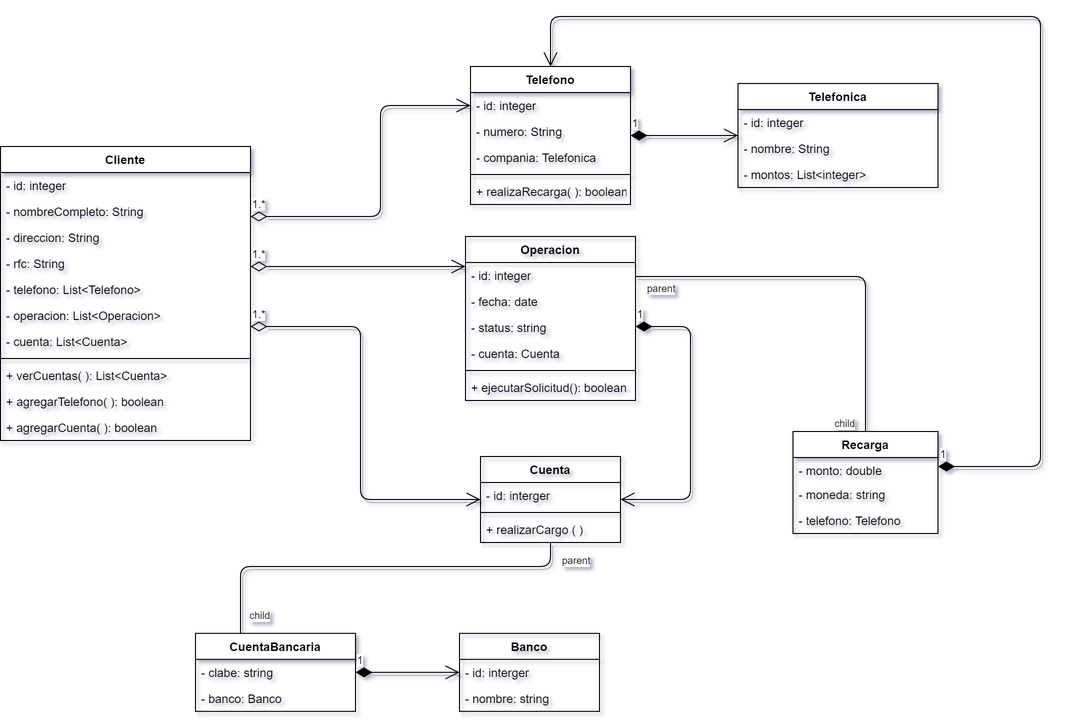
agustincperalta/APIWalletRecargas keeps this draw.io diagram as diagrama.png. Above is the earlier version. Source tidied: cells renumbered, new cells last; positions are measured from the earlier drawing's top-left corner, leaving out a move shared by most shapes.
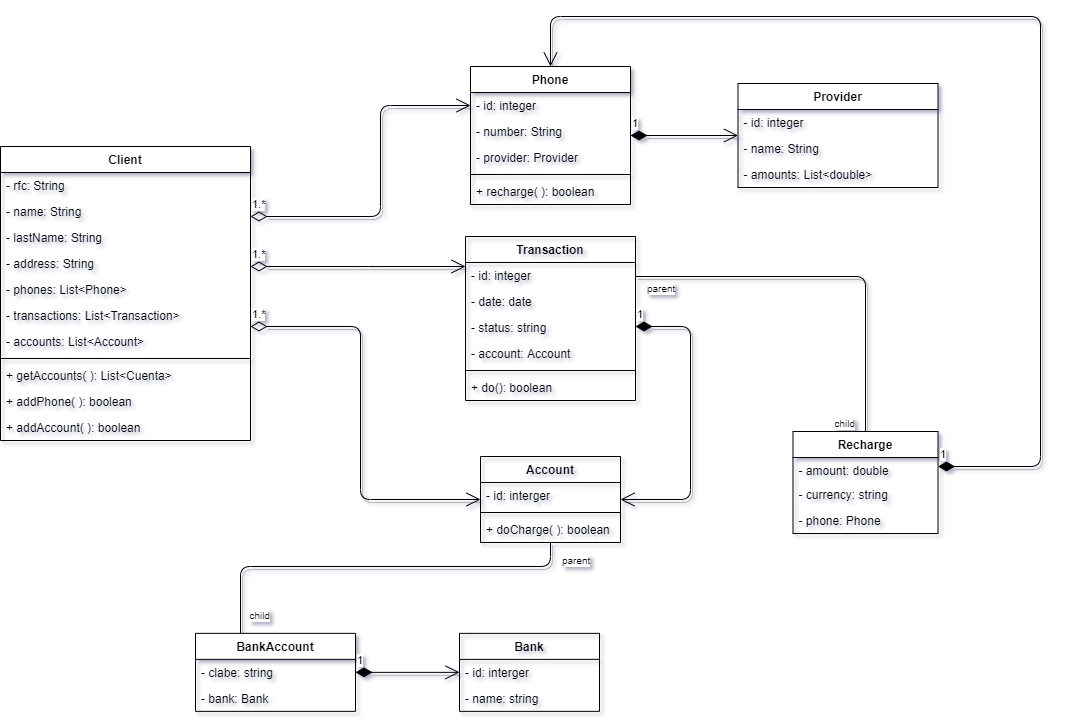
Later version of the same file.

Diff of the diagram source:
```diff
@@ -2,58 +2,58 @@
   <root>
     <mxCell id="0" />
     <mxCell id="1" parent="0" />
-    <mxCell id="2" value="Telefono" style="swimlane;fontStyle=1;align=center;verticalAlign=top;horizontal=1;startSize=26;" parent="1" vertex="1">
+    <mxCell id="2" value="Phone" style="swimlane;fontStyle=1;align=center;verticalAlign=top;horizontal=1;startSize=26;" parent="1" vertex="1">
       <mxGeometry x="470" y="50" width="160" height="138" as="geometry" />
     </mxCell>
     <mxCell id="3" value="- id: integer" style="text;strokeColor=none;fillColor=none;align=left;verticalAlign=top;spacingLeft=4;spacingRight=4;overflow=hidden;" parent="2" vertex="1">
       <mxGeometry y="26" width="160" height="26" as="geometry" />
     </mxCell>
-    <mxCell id="4" value="- numero: String" style="text;strokeColor=none;fillColor=none;align=left;verticalAlign=top;spacingLeft=4;spacingRight=4;overflow=hidden;" parent="2" vertex="1">
+    <mxCell id="4" value="- number: String" style="text;strokeColor=none;fillColor=none;align=left;verticalAlign=top;spacingLeft=4;spacingRight=4;overflow=hidden;" parent="2" vertex="1">
       <mxGeometry y="52" width="160" height="26" as="geometry" />
     </mxCell>
-    <mxCell id="5" value="- compania: Telefonica" style="text;strokeColor=none;fillColor=none;align=left;verticalAlign=top;spacingLeft=4;spacingRight=4;overflow=hidden;shadow=1;" parent="2" vertex="1">
+    <mxCell id="5" value="- provider: Provider" style="text;strokeColor=none;fillColor=none;align=left;verticalAlign=top;spacingLeft=4;spacingRight=4;overflow=hidden;shadow=1;" parent="2" vertex="1">
       <mxGeometry y="78" width="160" height="26" as="geometry" />
     </mxCell>
     <mxCell id="6" style="line;strokeWidth=1;fillColor=none;align=left;verticalAlign=middle;spacingTop=-1;spacingLeft=3;spacingRight=3;labelPosition=right;" parent="2" vertex="1">
       <mxGeometry y="104" width="160" height="8" as="geometry" />
     </mxCell>
-    <mxCell id="7" value="+ realizaRecarga( ): boolean" style="text;strokeColor=none;fillColor=none;align=left;verticalAlign=top;spacingLeft=4;spacingRight=4;overflow=hidden;" parent="2" vertex="1">
+    <mxCell id="7" value="+ recharge( ): boolean" style="text;strokeColor=none;fillColor=none;align=left;verticalAlign=top;spacingLeft=4;spacingRight=4;overflow=hidden;" parent="2" vertex="1">
       <mxGeometry y="112" width="160" height="26" as="geometry" />
     </mxCell>
-    <mxCell id="8" value="Cliente" style="swimlane;fontStyle=1;align=center;verticalAlign=top;horizontal=1;startSize=26;" parent="1" vertex="1">
+    <mxCell id="8" value="Client" style="swimlane;fontStyle=1;align=center;verticalAlign=top;horizontal=1;startSize=26;" parent="1" vertex="1">
       <mxGeometry y="130" width="250" height="294" as="geometry" />
     </mxCell>
-    <mxCell id="9" value="- id: integer" style="text;strokeColor=none;fillColor=none;align=left;verticalAlign=top;spacingLeft=4;spacingRight=4;overflow=hidden;" parent="8" vertex="1">
-      <mxGeometry y="26" width="250" height="26" as="geometry" />
-    </mxCell>
+    <mxCell id="12" value="- rfc: String" style="text;strokeColor=none;fillColor=none;align=left;verticalAlign=top;spacingLeft=4;spacingRight=4;overflow=hidden;" parent="8" vertex="1">
+      <mxGeometry y="26" width="250" height="26" as="geometry" />
+    </mxCell>
-    <mxCell id="10" value="- nombreCompleto: String" style="text;strokeColor=none;fillColor=none;align=left;verticalAlign=top;spacingLeft=4;spacingRight=4;overflow=hidden;" parent="8" vertex="1">
+    <mxCell id="10" value="- name: String" style="text;strokeColor=none;fillColor=none;align=left;verticalAlign=top;spacingLeft=4;spacingRight=4;overflow=hidden;" parent="8" vertex="1">
       <mxGeometry y="52" width="250" height="26" as="geometry" />
     </mxCell>
+    <mxCell id="58" value="- lastName: String" style="text;strokeColor=none;fillColor=none;align=left;verticalAlign=top;spacingLeft=4;spacingRight=4;overflow=hidden;" parent="8" vertex="1">
+      <mxGeometry y="78" width="250" height="26" as="geometry" />
+    </mxCell>
-    <mxCell id="11" value="- direccion: String" style="text;strokeColor=none;fillColor=none;align=left;verticalAlign=top;spacingLeft=4;spacingRight=4;overflow=hidden;" parent="8" vertex="1">
-      <mxGeometry y="78" width="250" height="26" as="geometry" />
+    <mxCell id="11" value="- address: String" style="text;strokeColor=none;fillColor=none;align=left;verticalAlign=top;spacingLeft=4;spacingRight=4;overflow=hidden;" parent="8" vertex="1">
+      <mxGeometry y="104" width="250" height="26" as="geometry" />
     </mxCell>
-    <mxCell id="12" value="- rfc: String" style="text;strokeColor=none;fillColor=none;align=left;verticalAlign=top;spacingLeft=4;spacingRight=4;overflow=hidden;" parent="8" vertex="1">
-      <mxGeometry y="104" width="250" height="26" as="geometry" />
-    </mxCell>
-    <mxCell id="13" value="- telefono: List&lt;Telefono&gt;" style="text;strokeColor=none;fillColor=none;align=left;verticalAlign=top;spacingLeft=4;spacingRight=4;overflow=hidden;" parent="8" vertex="1">
+    <mxCell id="13" value="- phones: List&lt;Phone&gt;" style="text;strokeColor=none;fillColor=none;align=left;verticalAlign=top;spacingLeft=4;spacingRight=4;overflow=hidden;" parent="8" vertex="1">
       <mxGeometry y="130" width="250" height="26" as="geometry" />
     </mxCell>
-    <mxCell id="14" value="- operacion: List&lt;Operacion&gt;" style="text;strokeColor=none;fillColor=none;align=left;verticalAlign=top;spacingLeft=4;spacingRight=4;overflow=hidden;" parent="8" vertex="1">
+    <mxCell id="14" value="- transactions: List&lt;Transaction&gt;" style="text;strokeColor=none;fillColor=none;align=left;verticalAlign=top;spacingLeft=4;spacingRight=4;overflow=hidden;" parent="8" vertex="1">
       <mxGeometry y="156" width="250" height="26" as="geometry" />
     </mxCell>
-    <mxCell id="15" value="- cuenta: List&lt;Cuenta&gt;" style="text;strokeColor=none;fillColor=none;align=left;verticalAlign=top;spacingLeft=4;spacingRight=4;overflow=hidden;" parent="8" vertex="1">
+    <mxCell id="15" value="- accounts: List&lt;Account&gt;" style="text;strokeColor=none;fillColor=none;align=left;verticalAlign=top;spacingLeft=4;spacingRight=4;overflow=hidden;" parent="8" vertex="1">
       <mxGeometry y="182" width="250" height="26" as="geometry" />
     </mxCell>
     <mxCell id="16" style="line;strokeWidth=1;fillColor=none;align=left;verticalAlign=middle;spacingTop=-1;spacingLeft=3;spacingRight=3;labelPosition=right;" parent="8" vertex="1">
       <mxGeometry y="208" width="250" height="8" as="geometry" />
     </mxCell>
-    <mxCell id="17" value="+ verCuentas( ): List&lt;Cuenta&gt;" style="text;strokeColor=none;fillColor=none;align=left;verticalAlign=top;spacingLeft=4;spacingRight=4;overflow=hidden;" parent="8" vertex="1">
+    <mxCell id="17" value="+ getAccounts( ): List&lt;Cuenta&gt;" style="text;strokeColor=none;fillColor=none;align=left;verticalAlign=top;spacingLeft=4;spacingRight=4;overflow=hidden;" parent="8" vertex="1">
       <mxGeometry y="216" width="250" height="26" as="geometry" />
     </mxCell>
-    <mxCell id="18" value="+ agregarTelefono( ): boolean" style="text;strokeColor=none;fillColor=none;align=left;verticalAlign=top;spacingLeft=4;spacingRight=4;overflow=hidden;" parent="8" vertex="1">
+    <mxCell id="18" value="+ addPhone( ): boolean" style="text;strokeColor=none;fillColor=none;align=left;verticalAlign=top;spacingLeft=4;spacingRight=4;overflow=hidden;" parent="8" vertex="1">
       <mxGeometry y="242" width="250" height="26" as="geometry" />
     </mxCell>
-    <mxCell id="19" value="+ agregarCuenta( ): boolean" style="text;strokeColor=none;fillColor=none;align=left;verticalAlign=top;spacingLeft=4;spacingRight=4;overflow=hidden;" parent="8" vertex="1">
+    <mxCell id="19" value="+ addAccount( ): boolean" style="text;strokeColor=none;fillColor=none;align=left;verticalAlign=top;spacingLeft=4;spacingRight=4;overflow=hidden;" parent="8" vertex="1">
       <mxGeometry y="268" width="250" height="26" as="geometry" />
     </mxCell>
     <mxCell id="20" value="1.*" style="endArrow=open;html=1;endSize=12;startArrow=diamondThin;startSize=14;startFill=0;edgeStyle=orthogonalEdgeStyle;align=left;verticalAlign=bottom;shadow=1;" parent="1" edge="1" source="8" target="2">
@@ -122,25 +122,25 @@
         </Array>
       </mxGeometry>
     </mxCell>
-    <mxCell id="31" value="Operacion" style="swimlane;fontStyle=1;horizontal=1;startSize=26;fillColor=none;" parent="1" vertex="1">
+    <mxCell id="31" value="Transaction" style="swimlane;fontStyle=1;horizontal=1;startSize=26;fillColor=none;" parent="1" vertex="1">
       <mxGeometry x="465" y="220" width="170" height="164" as="geometry" />
     </mxCell>
     <mxCell id="32" value="- id: integer" style="text;strokeColor=none;fillColor=none;align=left;verticalAlign=top;spacingLeft=4;spacingRight=4;overflow=hidden;" parent="31" vertex="1">
       <mxGeometry y="26" width="170" height="26" as="geometry" />
     </mxCell>
-    <mxCell id="33" value="- fecha: date" style="text;strokeColor=none;fillColor=none;align=left;verticalAlign=top;spacingLeft=4;spacingRight=4;overflow=hidden;" parent="31" vertex="1">
+    <mxCell id="33" value="- date: date" style="text;strokeColor=none;fillColor=none;align=left;verticalAlign=top;spacingLeft=4;spacingRight=4;overflow=hidden;" parent="31" vertex="1">
       <mxGeometry y="52" width="170" height="26" as="geometry" />
     </mxCell>
     <mxCell id="34" value="- status: string" style="text;strokeColor=none;fillColor=none;align=left;verticalAlign=top;spacingLeft=4;spacingRight=4;overflow=hidden;" parent="31" vertex="1">
       <mxGeometry y="78" width="170" height="26" as="geometry" />
     </mxCell>
-    <mxCell id="35" value="- cuenta: Cuenta" style="text;strokeColor=none;fillColor=none;align=left;verticalAlign=top;spacingLeft=4;spacingRight=4;overflow=hidden;shadow=1;" parent="31" vertex="1">
+    <mxCell id="35" value="- account: Account" style="text;strokeColor=none;fillColor=none;align=left;verticalAlign=top;spacingLeft=4;spacingRight=4;overflow=hidden;shadow=1;" parent="31" vertex="1">
       <mxGeometry y="104" width="170" height="26" as="geometry" />
     </mxCell>
     <mxCell id="36" style="line;strokeWidth=1;fillColor=none;align=left;verticalAlign=middle;spacingTop=-1;spacingLeft=3;spacingRight=3;labelPosition=right;" parent="31" vertex="1">
       <mxGeometry y="130" width="170" height="8" as="geometry" />
     </mxCell>
-    <mxCell id="37" value="+ ejecutarSolicitud(): boolean" style="text;strokeColor=none;fillColor=none;align=left;verticalAlign=top;spacingLeft=4;spacingRight=4;overflow=hidden;" parent="31" vertex="1">
+    <mxCell id="37" value="+ do(): boolean" style="text;strokeColor=none;fillColor=none;align=left;verticalAlign=top;spacingLeft=4;spacingRight=4;overflow=hidden;" parent="31" vertex="1">
       <mxGeometry y="138" width="170" height="26" as="geometry" />
     </mxCell>
     <mxCell id="38" value="1.*" style="endArrow=open;html=1;endSize=12;startArrow=diamondThin;startSize=14;startFill=0;edgeStyle=orthogonalEdgeStyle;align=left;verticalAlign=bottom;shadow=1;" parent="1" edge="1" source="8" target="31">
@@ -151,19 +151,19 @@
         </Array>
       </mxGeometry>
     </mxCell>
-    <mxCell id="39" value="Recarga" style="swimlane;fontStyle=1;align=center;verticalAlign=top;horizontal=1;startSize=26;" parent="1" vertex="1">
+    <mxCell id="39" value="Recharge" style="swimlane;fontStyle=1;align=center;verticalAlign=top;horizontal=1;startSize=26;" parent="1" vertex="1">
       <mxGeometry x="792.5" y="415" width="145" height="102" as="geometry" />
     </mxCell>
-    <mxCell id="40" value="- monto: double" style="text;strokeColor=none;fillColor=none;align=left;verticalAlign=top;spacingLeft=4;spacingRight=4;overflow=hidden;" parent="39" vertex="1">
+    <mxCell id="40" value="- amount: double" style="text;strokeColor=none;fillColor=none;align=left;verticalAlign=top;spacingLeft=4;spacingRight=4;overflow=hidden;" parent="39" vertex="1">
       <mxGeometry y="26" width="145" height="24" as="geometry" />
     </mxCell>
-    <mxCell id="41" value="- moneda: string" style="text;strokeColor=none;fillColor=none;align=left;verticalAlign=top;spacingLeft=4;spacingRight=4;overflow=hidden;" parent="39" vertex="1">
+    <mxCell id="41" value="- currency: string" style="text;strokeColor=none;fillColor=none;align=left;verticalAlign=top;spacingLeft=4;spacingRight=4;overflow=hidden;" parent="39" vertex="1">
       <mxGeometry y="50" width="145" height="26" as="geometry" />
     </mxCell>
-    <mxCell id="42" value="- telefono: Telefono" style="text;strokeColor=none;fillColor=none;align=left;verticalAlign=top;spacingLeft=4;spacingRight=4;overflow=hidden;shadow=1;" parent="39" vertex="1">
+    <mxCell id="42" value="- phone: Phone" style="text;strokeColor=none;fillColor=none;align=left;verticalAlign=top;spacingLeft=4;spacingRight=4;overflow=hidden;shadow=1;" parent="39" vertex="1">
       <mxGeometry y="76" width="145" height="26" as="geometry" />
     </mxCell>
-    <mxCell id="43" value="Cuenta" style="swimlane;fontStyle=1;horizontal=1;startSize=26;fillColor=none;" parent="1" vertex="1">
+    <mxCell id="43" value="Account" style="swimlane;fontStyle=1;horizontal=1;startSize=26;fillColor=none;" parent="1" vertex="1">
       <mxGeometry x="480" y="440" width="140" height="86" as="geometry" />
     </mxCell>
     <mxCell id="44" value="- id: interger" style="text;strokeColor=none;fillColor=none;align=left;verticalAlign=top;spacingLeft=4;spacingRight=4;overflow=hidden;" parent="43" vertex="1">
@@ -172,7 +172,7 @@
     <mxCell id="45" style="line;strokeWidth=1;fillColor=none;align=left;verticalAlign=middle;spacingTop=-1;spacingLeft=3;spacingRight=3;labelPosition=right;" parent="43" vertex="1">
       <mxGeometry y="52" width="140" height="8" as="geometry" />
     </mxCell>
-    <mxCell id="46" value="+ realizarCargo ( )" style="text;strokeColor=none;fillColor=none;align=left;verticalAlign=top;spacingLeft=4;spacingRight=4;overflow=hidden;" parent="43" vertex="1">
+    <mxCell id="46" value="+ doCharge( ): boolean" style="text;strokeColor=none;fillColor=none;align=left;verticalAlign=top;spacingLeft=4;spacingRight=4;overflow=hidden;" parent="43" vertex="1">
       <mxGeometry y="60" width="140" height="26" as="geometry" />
     </mxCell>
     <mxCell id="47" value="1" style="endArrow=open;html=1;endSize=12;startArrow=diamondThin;startSize=14;startFill=1;edgeStyle=orthogonalEdgeStyle;align=left;verticalAlign=bottom;shadow=1;" parent="1" edge="1" source="31" target="43">
@@ -183,34 +183,34 @@
         </Array>
       </mxGeometry>
     </mxCell>
-    <mxCell id="48" value="CuentaBancaria" style="swimlane;fontStyle=1;align=center;verticalAlign=top;horizontal=1;startSize=26;" parent="1" vertex="1">
+    <mxCell id="48" value="BankAccount" style="swimlane;fontStyle=1;align=center;verticalAlign=top;horizontal=1;startSize=26;" parent="1" vertex="1">
       <mxGeometry x="195" y="616.9" width="160" height="78" as="geometry" />
     </mxCell>
     <mxCell id="49" value="- clabe: string" style="text;strokeColor=none;fillColor=none;align=left;verticalAlign=top;spacingLeft=4;spacingRight=4;overflow=hidden;" parent="48" vertex="1">
       <mxGeometry y="26" width="160" height="26" as="geometry" />
     </mxCell>
-    <mxCell id="50" value="- banco: Banco" style="text;strokeColor=none;fillColor=none;align=left;verticalAlign=top;spacingLeft=4;spacingRight=4;overflow=hidden;shadow=1;" parent="48" vertex="1">
+    <mxCell id="50" value="- bank: Bank" style="text;strokeColor=none;fillColor=none;align=left;verticalAlign=top;spacingLeft=4;spacingRight=4;overflow=hidden;shadow=1;" parent="48" vertex="1">
       <mxGeometry y="52" width="160" height="26" as="geometry" />
     </mxCell>
-    <mxCell id="51" value="Telefonica" style="swimlane;fontStyle=1;align=center;verticalAlign=top;horizontal=1;startSize=26;" parent="1" vertex="1">
+    <mxCell id="51" value="Provider" style="swimlane;fontStyle=1;align=center;verticalAlign=top;horizontal=1;startSize=26;" parent="1" vertex="1">
       <mxGeometry x="737.5" y="67" width="200" height="104" as="geometry" />
     </mxCell>
     <mxCell id="52" value="- id: integer" style="text;strokeColor=none;fillColor=none;align=left;verticalAlign=top;spacingLeft=4;spacingRight=4;overflow=hidden;" parent="51" vertex="1">
       <mxGeometry y="26" width="200" height="26" as="geometry" />
     </mxCell>
-    <mxCell id="53" value="- nombre: String" style="text;strokeColor=none;fillColor=none;align=left;verticalAlign=top;spacingLeft=4;spacingRight=4;overflow=hidden;" parent="51" vertex="1">
+    <mxCell id="53" value="- name: String" style="text;strokeColor=none;fillColor=none;align=left;verticalAlign=top;spacingLeft=4;spacingRight=4;overflow=hidden;" parent="51" vertex="1">
       <mxGeometry y="52" width="200" height="26" as="geometry" />
     </mxCell>
-    <mxCell id="54" value="- montos: List&lt;integer&gt;" style="text;strokeColor=none;fillColor=none;align=left;verticalAlign=top;spacingLeft=4;spacingRight=4;overflow=hidden;shadow=1;" parent="51" vertex="1">
+    <mxCell id="54" value="- amounts: List&lt;double&gt;" style="text;strokeColor=none;fillColor=none;align=left;verticalAlign=top;spacingLeft=4;spacingRight=4;overflow=hidden;shadow=1;" parent="51" vertex="1">
       <mxGeometry y="78" width="200" height="26" as="geometry" />
     </mxCell>
-    <mxCell id="55" value="Banco" style="swimlane;fontStyle=1;horizontal=1;startSize=26;fillColor=none;" parent="1" vertex="1">
+    <mxCell id="55" value="Bank" style="swimlane;fontStyle=1;horizontal=1;startSize=26;fillColor=none;" parent="1" vertex="1">
       <mxGeometry x="459" y="616.9" width="140" height="78" as="geometry" />
     </mxCell>
     <mxCell id="56" value="- id: interger" style="text;strokeColor=none;fillColor=none;align=left;verticalAlign=top;spacingLeft=4;spacingRight=4;overflow=hidden;" parent="55" vertex="1">
       <mxGeometry y="26" width="140" height="26" as="geometry" />
     </mxCell>
-    <mxCell id="57" value="- nombre: string" style="text;strokeColor=none;fillColor=none;align=left;verticalAlign=top;spacingLeft=4;spacingRight=4;overflow=hidden;" parent="55" vertex="1">
+    <mxCell id="57" value="- name: string" style="text;strokeColor=none;fillColor=none;align=left;verticalAlign=top;spacingLeft=4;spacingRight=4;overflow=hidden;" parent="55" vertex="1">
       <mxGeometry y="52" width="140" height="26" as="geometry" />
     </mxCell>
   </root>
```
